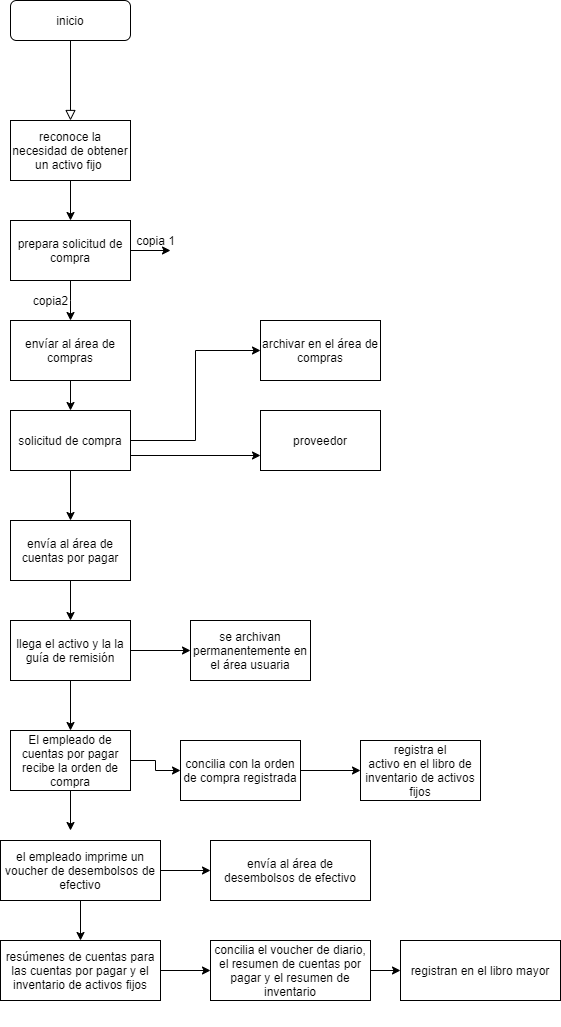
christobot/pag keeps this draw.io diagram as Untitled Diagram.png. Above is the earlier version. Source tidied: cells renumbered, new cells last; positions are measured from the earlier drawing's top-left corner, leaving out a move shared by most shapes. Source of this version:
```xml
<mxGraphModel>
  <root>
    <mxCell id="0" />
    <mxCell id="1" parent="0" />
    <mxCell id="2" style="rounded=0;html=1;jettySize=auto;fontSize=11;endArrow=block;endFill=0;endSize=8;strokeWidth=1;shadow=0;labelBackgroundColor=none;edgeStyle=orthogonalEdgeStyle;entryX=0.5;entryY=0;entryDx=0;entryDy=0;" parent="1" edge="1" source="3" target="5">
      <mxGeometry relative="1" as="geometry" />
    </mxCell>
    <mxCell id="3" value="inicio" style="rounded=1;whiteSpace=wrap;html=1;fontSize=12;glass=0;strokeWidth=1;shadow=0;" parent="1" vertex="1">
      <mxGeometry x="10" width="120" height="40" as="geometry" />
    </mxCell>
    <mxCell id="4" style="edgeStyle=orthogonalEdgeStyle;rounded=0;jettySize=auto;html=1;entryX=0.5;entryY=0;entryDx=0;entryDy=0;" parent="1" edge="1" source="5" target="8">
      <mxGeometry relative="1" as="geometry" />
    </mxCell>
    <mxCell id="5" value="reconoce la&lt;br/&gt;necesidad de obtener un activo fijo&amp;nbsp;" style="rounded=0;whiteSpace=wrap;html=1;" parent="1" vertex="1">
      <mxGeometry x="10" y="120" width="120" height="60" as="geometry" />
    </mxCell>
    <mxCell id="6" style="edgeStyle=orthogonalEdgeStyle;rounded=0;jettySize=auto;html=1;entryX=0.5;entryY=0;entryDx=0;entryDy=0;exitX=0.5;exitY=1;exitDx=0;exitDy=0;exitPerimeter=0;" parent="1" edge="1" source="8" target="10">
      <mxGeometry relative="1" as="geometry">
        <Array as="points">
          <mxPoint x="70" y="300" />
          <mxPoint x="70" y="300" />
        </Array>
      </mxGeometry>
    </mxCell>
    <mxCell id="7" style="edgeStyle=orthogonalEdgeStyle;rounded=0;jettySize=auto;html=1;" parent="1" edge="1" source="8">
      <mxGeometry relative="1" as="geometry">
        <mxPoint x="170" y="250" as="targetPoint" />
      </mxGeometry>
    </mxCell>
    <mxCell id="8" value="prepara&amp;nbsp;solicitud de compra" style="rounded=0;whiteSpace=wrap;html=1;" parent="1" vertex="1">
      <mxGeometry x="10" y="220" width="120" height="60" as="geometry" />
    </mxCell>
    <mxCell id="9" style="edgeStyle=orthogonalEdgeStyle;rounded=0;jettySize=auto;html=1;" parent="1" edge="1" source="10" target="16">
      <mxGeometry relative="1" as="geometry" />
    </mxCell>
    <mxCell id="10" value="envíar al área de compras" style="rounded=0;whiteSpace=wrap;html=1;" parent="1" vertex="1">
      <mxGeometry x="10" y="320" width="120" height="60" as="geometry" />
    </mxCell>
    <mxCell id="11" value="copia 1" style="text;html=1;align=center;verticalAlign=middle;" parent="1" vertex="1">
      <mxGeometry x="130" y="230" width="50" height="20" as="geometry" />
    </mxCell>
    <mxCell id="12" value="copia2" style="text;html=1;align=center;verticalAlign=middle;" parent="1" vertex="1">
      <mxGeometry x="25" y="290" width="50" height="20" as="geometry" />
    </mxCell>
    <mxCell id="13" style="edgeStyle=orthogonalEdgeStyle;rounded=0;jettySize=auto;html=1;entryX=0;entryY=0.5;entryDx=0;entryDy=0;" parent="1" edge="1" source="16" target="17">
      <mxGeometry relative="1" as="geometry" />
    </mxCell>
    <mxCell id="14" style="edgeStyle=orthogonalEdgeStyle;rounded=0;jettySize=auto;html=1;entryX=0;entryY=0.75;entryDx=0;entryDy=0;exitX=1;exitY=0.75;exitDx=0;exitDy=0;" parent="1" edge="1" source="16" target="20">
      <mxGeometry relative="1" as="geometry" />
    </mxCell>
    <mxCell id="15" style="edgeStyle=orthogonalEdgeStyle;rounded=0;jettySize=auto;html=1;entryX=0.5;entryY=0;entryDx=0;entryDy=0;" parent="1" edge="1" source="16" target="19">
      <mxGeometry relative="1" as="geometry" />
    </mxCell>
    <mxCell id="16" value="solicitud de compra" style="rounded=0;whiteSpace=wrap;html=1;" parent="1" vertex="1">
      <mxGeometry x="10" y="410" width="120" height="60" as="geometry" />
    </mxCell>
    <mxCell id="17" value="archivar en el área de compras" style="rounded=0;whiteSpace=wrap;html=1;" parent="1" vertex="1">
      <mxGeometry x="260" y="320" width="120" height="60" as="geometry" />
    </mxCell>
    <mxCell id="18" style="edgeStyle=orthogonalEdgeStyle;rounded=0;jettySize=auto;html=1;entryX=0.5;entryY=0;entryDx=0;entryDy=0;" parent="1" edge="1" source="19" target="23">
      <mxGeometry relative="1" as="geometry" />
    </mxCell>
    <mxCell id="19" value="envía al área de&lt;br/&gt;cuentas por pagar" style="rounded=0;whiteSpace=wrap;html=1;" parent="1" vertex="1">
      <mxGeometry x="10" y="520" width="120" height="60" as="geometry" />
    </mxCell>
    <mxCell id="20" value="proveedor" style="rounded=0;whiteSpace=wrap;html=1;" parent="1" vertex="1">
      <mxGeometry x="260" y="410" width="120" height="60" as="geometry" />
    </mxCell>
    <mxCell id="21" style="edgeStyle=orthogonalEdgeStyle;rounded=0;jettySize=auto;html=1;" parent="1" edge="1" source="23" target="24">
      <mxGeometry relative="1" as="geometry" />
    </mxCell>
    <mxCell id="22" style="edgeStyle=orthogonalEdgeStyle;rounded=0;jettySize=auto;html=1;" parent="1" edge="1" source="23">
      <mxGeometry relative="1" as="geometry">
        <mxPoint x="70" y="730" as="targetPoint" />
      </mxGeometry>
    </mxCell>
    <mxCell id="23" value="llega el activo y la&amp;nbsp;la guía de remisión" style="rounded=0;whiteSpace=wrap;html=1;" parent="1" vertex="1">
      <mxGeometry x="10" y="620" width="120" height="60" as="geometry" />
    </mxCell>
    <mxCell id="24" value="se archivan permanentemente en el área usuaria" style="rounded=0;whiteSpace=wrap;html=1;" parent="1" vertex="1">
      <mxGeometry x="190" y="620" width="120" height="60" as="geometry" />
    </mxCell>
    <mxCell id="25" style="edgeStyle=orthogonalEdgeStyle;rounded=0;jettySize=auto;html=1;entryX=0;entryY=0.5;entryDx=0;entryDy=0;" parent="1" edge="1" source="27" target="29">
      <mxGeometry relative="1" as="geometry" />
    </mxCell>
    <mxCell id="26" style="edgeStyle=orthogonalEdgeStyle;rounded=0;jettySize=auto;html=1;" parent="1" edge="1" source="27">
      <mxGeometry relative="1" as="geometry">
        <mxPoint x="70" y="830" as="targetPoint" />
      </mxGeometry>
    </mxCell>
    <mxCell id="27" value="&#10;&#10;El empleado de cuentas por pagar recibe la orden de compra&#10;&#10;" style="rounded=0;whiteSpace=wrap;html=1;" parent="1" vertex="1">
      <mxGeometry x="10" y="730" width="120" height="60" as="geometry" />
    </mxCell>
    <mxCell id="28" style="edgeStyle=orthogonalEdgeStyle;rounded=0;jettySize=auto;html=1;" parent="1" edge="1" source="29">
      <mxGeometry relative="1" as="geometry">
        <mxPoint x="360" y="770" as="targetPoint" />
      </mxGeometry>
    </mxCell>
    <mxCell id="29" value="concilia con la orden de compra registrada" style="rounded=0;whiteSpace=wrap;html=1;" parent="1" vertex="1">
      <mxGeometry x="180" y="740" width="120" height="60" as="geometry" />
    </mxCell>
    <mxCell id="30" value="registra el&lt;br/&gt;activo en el libro de inventario de activos fijos" style="rounded=0;whiteSpace=wrap;html=1;" parent="1" vertex="1">
      <mxGeometry x="360" y="740" width="120" height="60" as="geometry" />
    </mxCell>
    <mxCell id="31" style="edgeStyle=orthogonalEdgeStyle;rounded=0;jettySize=auto;html=1;entryX=0;entryY=0.5;entryDx=0;entryDy=0;" parent="1" edge="1" source="33" target="34">
      <mxGeometry relative="1" as="geometry" />
    </mxCell>
    <mxCell id="32" style="edgeStyle=orthogonalEdgeStyle;rounded=0;jettySize=auto;html=1;entryX=0.5;entryY=0;entryDx=0;entryDy=0;" parent="1" edge="1" source="33" target="36">
      <mxGeometry relative="1" as="geometry" />
    </mxCell>
    <mxCell id="33" value="&#10;&#10;el empleado imprime un&#10;voucher de desembolsos de efectivo&#10;&#10;" style="rounded=0;whiteSpace=wrap;html=1;" parent="1" vertex="1">
      <mxGeometry y="840" width="160" height="60" as="geometry" />
    </mxCell>
    <mxCell id="34" value="&#10;&#10;envía al área de desembolsos de efectivo&#10;&#10;" style="rounded=0;whiteSpace=wrap;html=1;" parent="1" vertex="1">
      <mxGeometry x="210" y="840" width="160" height="60" as="geometry" />
    </mxCell>
    <mxCell id="35" style="edgeStyle=orthogonalEdgeStyle;rounded=0;jettySize=auto;html=1;" parent="1" edge="1" source="36" target="38">
      <mxGeometry relative="1" as="geometry" />
    </mxCell>
    <mxCell id="36" value="&#10;&#10;resúmenes de cuentas para las cuentas por pagar y el&#10;inventario de activos fijos&#10;&#10;" style="rounded=0;whiteSpace=wrap;html=1;" parent="1" vertex="1">
      <mxGeometry y="940" width="160" height="60" as="geometry" />
    </mxCell>
    <mxCell id="37" style="edgeStyle=orthogonalEdgeStyle;rounded=0;jettySize=auto;html=1;entryX=0;entryY=0.5;entryDx=0;entryDy=0;" parent="1" edge="1" source="38" target="39">
      <mxGeometry relative="1" as="geometry" />
    </mxCell>
    <mxCell id="38" value="&#10;&#10;concilia el voucher de diario, el resumen de cuentas por pagar y el resumen de inventario &#10;&#10;" style="rounded=0;whiteSpace=wrap;html=1;" parent="1" vertex="1">
      <mxGeometry x="210" y="940" width="160" height="60" as="geometry" />
    </mxCell>
    <mxCell id="39" value="&#10;&#10;registran en el libro mayor&#10;&#10;" style="rounded=0;whiteSpace=wrap;html=1;" parent="1" vertex="1">
      <mxGeometry x="400" y="940" width="160" height="60" as="geometry" />
    </mxCell>
  </root>
</mxGraphModel>
```
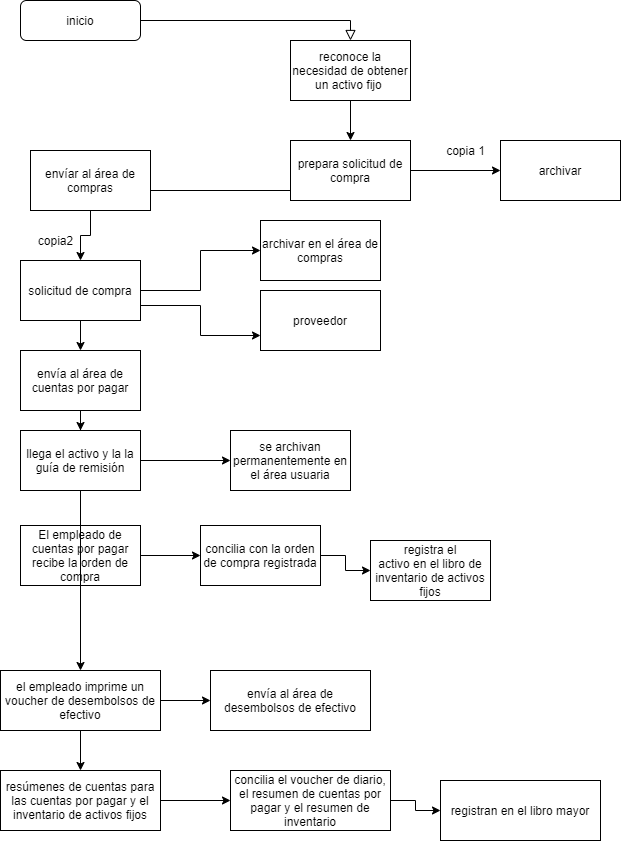
Above is the later version.

Diff of the diagram source:
```diff
@@ -12,35 +12,35 @@
       <mxGeometry relative="1" as="geometry" />
     </mxCell>
     <mxCell id="5" value="reconoce la&lt;br/&gt;necesidad de obtener un activo fijo&amp;nbsp;" style="rounded=0;whiteSpace=wrap;html=1;" parent="1" vertex="1">
-      <mxGeometry x="10" y="120" width="120" height="60" as="geometry" />
+      <mxGeometry x="280" y="40" width="120" height="60" as="geometry" />
     </mxCell>
     <mxCell id="6" style="edgeStyle=orthogonalEdgeStyle;rounded=0;jettySize=auto;html=1;entryX=0.5;entryY=0;entryDx=0;entryDy=0;exitX=0.5;exitY=1;exitDx=0;exitDy=0;exitPerimeter=0;" parent="1" edge="1" source="8" target="10">
       <mxGeometry relative="1" as="geometry">
         <Array as="points">
-          <mxPoint x="70" y="300" />
-          <mxPoint x="70" y="300" />
+          <mxPoint x="340" y="190" />
+          <mxPoint x="80" y="190" />
         </Array>
       </mxGeometry>
     </mxCell>
     <mxCell id="7" style="edgeStyle=orthogonalEdgeStyle;rounded=0;jettySize=auto;html=1;" parent="1" edge="1" source="8">
       <mxGeometry relative="1" as="geometry">
-        <mxPoint x="170" y="250" as="targetPoint" />
+        <mxPoint x="490" y="170" as="targetPoint" />
       </mxGeometry>
     </mxCell>
     <mxCell id="8" value="prepara&amp;nbsp;solicitud de compra" style="rounded=0;whiteSpace=wrap;html=1;" parent="1" vertex="1">
-      <mxGeometry x="10" y="220" width="120" height="60" as="geometry" />
+      <mxGeometry x="280" y="140" width="120" height="60" as="geometry" />
     </mxCell>
     <mxCell id="9" style="edgeStyle=orthogonalEdgeStyle;rounded=0;jettySize=auto;html=1;" parent="1" edge="1" source="10" target="16">
       <mxGeometry relative="1" as="geometry" />
     </mxCell>
     <mxCell id="10" value="envíar al área de compras" style="rounded=0;whiteSpace=wrap;html=1;" parent="1" vertex="1">
-      <mxGeometry x="10" y="320" width="120" height="60" as="geometry" />
+      <mxGeometry x="20" y="150" width="120" height="60" as="geometry" />
     </mxCell>
     <mxCell id="11" value="copia 1" style="text;html=1;align=center;verticalAlign=middle;" parent="1" vertex="1">
-      <mxGeometry x="130" y="230" width="50" height="20" as="geometry" />
+      <mxGeometry x="430" y="140" width="50" height="20" as="geometry" />
     </mxCell>
     <mxCell id="12" value="copia2" style="text;html=1;align=center;verticalAlign=middle;" parent="1" vertex="1">
-      <mxGeometry x="25" y="290" width="50" height="20" as="geometry" />
+      <mxGeometry x="20" y="230" width="50" height="20" as="geometry" />
     </mxCell>
     <mxCell id="13" style="edgeStyle=orthogonalEdgeStyle;rounded=0;jettySize=auto;html=1;entryX=0;entryY=0.5;entryDx=0;entryDy=0;" parent="1" edge="1" source="16" target="17">
       <mxGeometry relative="1" as="geometry" />
@@ -52,55 +52,48 @@
       <mxGeometry relative="1" as="geometry" />
     </mxCell>
     <mxCell id="16" value="solicitud de compra" style="rounded=0;whiteSpace=wrap;html=1;" parent="1" vertex="1">
-      <mxGeometry x="10" y="410" width="120" height="60" as="geometry" />
+      <mxGeometry x="10" y="260" width="120" height="60" as="geometry" />
     </mxCell>
     <mxCell id="17" value="archivar en el área de compras" style="rounded=0;whiteSpace=wrap;html=1;" parent="1" vertex="1">
-      <mxGeometry x="260" y="320" width="120" height="60" as="geometry" />
+      <mxGeometry x="250" y="220" width="120" height="60" as="geometry" />
     </mxCell>
     <mxCell id="18" style="edgeStyle=orthogonalEdgeStyle;rounded=0;jettySize=auto;html=1;entryX=0.5;entryY=0;entryDx=0;entryDy=0;" parent="1" edge="1" source="19" target="23">
       <mxGeometry relative="1" as="geometry" />
     </mxCell>
     <mxCell id="19" value="envía al área de&lt;br/&gt;cuentas por pagar" style="rounded=0;whiteSpace=wrap;html=1;" parent="1" vertex="1">
-      <mxGeometry x="10" y="520" width="120" height="60" as="geometry" />
+      <mxGeometry x="10" y="350" width="120" height="60" as="geometry" />
     </mxCell>
     <mxCell id="20" value="proveedor" style="rounded=0;whiteSpace=wrap;html=1;" parent="1" vertex="1">
-      <mxGeometry x="260" y="410" width="120" height="60" as="geometry" />
+      <mxGeometry x="250" y="290" width="120" height="60" as="geometry" />
     </mxCell>
     <mxCell id="21" style="edgeStyle=orthogonalEdgeStyle;rounded=0;jettySize=auto;html=1;" parent="1" edge="1" source="23" target="24">
       <mxGeometry relative="1" as="geometry" />
     </mxCell>
-    <mxCell id="22" style="edgeStyle=orthogonalEdgeStyle;rounded=0;jettySize=auto;html=1;" parent="1" edge="1" source="23">
+    <mxCell id="22" style="edgeStyle=orthogonalEdgeStyle;rounded=0;jettySize=auto;html=1;" parent="1" edge="1" source="33">
       <mxGeometry relative="1" as="geometry">
         <mxPoint x="70" y="730" as="targetPoint" />
       </mxGeometry>
     </mxCell>
     <mxCell id="23" value="llega el activo y la&amp;nbsp;la guía de remisión" style="rounded=0;whiteSpace=wrap;html=1;" parent="1" vertex="1">
-      <mxGeometry x="10" y="620" width="120" height="60" as="geometry" />
+      <mxGeometry x="10" y="430" width="120" height="60" as="geometry" />
     </mxCell>
     <mxCell id="24" value="se archivan permanentemente en el área usuaria" style="rounded=0;whiteSpace=wrap;html=1;" parent="1" vertex="1">
-      <mxGeometry x="190" y="620" width="120" height="60" as="geometry" />
+      <mxGeometry x="220" y="430" width="120" height="60" as="geometry" />
     </mxCell>
     <mxCell id="25" style="edgeStyle=orthogonalEdgeStyle;rounded=0;jettySize=auto;html=1;entryX=0;entryY=0.5;entryDx=0;entryDy=0;" parent="1" edge="1" source="27" target="29">
       <mxGeometry relative="1" as="geometry" />
     </mxCell>
-    <mxCell id="26" style="edgeStyle=orthogonalEdgeStyle;rounded=0;jettySize=auto;html=1;" parent="1" edge="1" source="27">
-      <mxGeometry relative="1" as="geometry">
-        <mxPoint x="70" y="830" as="targetPoint" />
-      </mxGeometry>
-    </mxCell>
     <mxCell id="27" value="&#10;&#10;El empleado de cuentas por pagar recibe la orden de compra&#10;&#10;" style="rounded=0;whiteSpace=wrap;html=1;" parent="1" vertex="1">
-      <mxGeometry x="10" y="730" width="120" height="60" as="geometry" />
+      <mxGeometry x="10" y="525" width="120" height="60" as="geometry" />
     </mxCell>
-    <mxCell id="28" style="edgeStyle=orthogonalEdgeStyle;rounded=0;jettySize=auto;html=1;" parent="1" edge="1" source="29">
-      <mxGeometry relative="1" as="geometry">
-        <mxPoint x="360" y="770" as="targetPoint" />
-      </mxGeometry>
+    <mxCell id="28" style="edgeStyle=orthogonalEdgeStyle;rounded=0;jettySize=auto;html=1;" parent="1" edge="1" source="29" target="30">
+      <mxGeometry relative="1" as="geometry" />
     </mxCell>
     <mxCell id="29" value="concilia con la orden de compra registrada" style="rounded=0;whiteSpace=wrap;html=1;" parent="1" vertex="1">
-      <mxGeometry x="180" y="740" width="120" height="60" as="geometry" />
+      <mxGeometry x="190" y="525" width="120" height="60" as="geometry" />
     </mxCell>
     <mxCell id="30" value="registra el&lt;br/&gt;activo en el libro de inventario de activos fijos" style="rounded=0;whiteSpace=wrap;html=1;" parent="1" vertex="1">
-      <mxGeometry x="360" y="740" width="120" height="60" as="geometry" />
+      <mxGeometry x="360" y="540" width="120" height="60" as="geometry" />
     </mxCell>
     <mxCell id="31" style="edgeStyle=orthogonalEdgeStyle;rounded=0;jettySize=auto;html=1;entryX=0;entryY=0.5;entryDx=0;entryDy=0;" parent="1" edge="1" source="33" target="34">
       <mxGeometry relative="1" as="geometry" />
@@ -108,26 +101,32 @@
     <mxCell id="32" style="edgeStyle=orthogonalEdgeStyle;rounded=0;jettySize=auto;html=1;entryX=0.5;entryY=0;entryDx=0;entryDy=0;" parent="1" edge="1" source="33" target="36">
       <mxGeometry relative="1" as="geometry" />
     </mxCell>
-    <mxCell id="33" value="&#10;&#10;el empleado imprime un&#10;voucher de desembolsos de efectivo&#10;&#10;" style="rounded=0;whiteSpace=wrap;html=1;" parent="1" vertex="1">
-      <mxGeometry y="840" width="160" height="60" as="geometry" />
-    </mxCell>
     <mxCell id="34" value="&#10;&#10;envía al área de desembolsos de efectivo&#10;&#10;" style="rounded=0;whiteSpace=wrap;html=1;" parent="1" vertex="1">
-      <mxGeometry x="210" y="840" width="160" height="60" as="geometry" />
+      <mxGeometry x="200" y="670" width="160" height="60" as="geometry" />
     </mxCell>
     <mxCell id="35" style="edgeStyle=orthogonalEdgeStyle;rounded=0;jettySize=auto;html=1;" parent="1" edge="1" source="36" target="38">
       <mxGeometry relative="1" as="geometry" />
     </mxCell>
     <mxCell id="36" value="&#10;&#10;resúmenes de cuentas para las cuentas por pagar y el&#10;inventario de activos fijos&#10;&#10;" style="rounded=0;whiteSpace=wrap;html=1;" parent="1" vertex="1">
-      <mxGeometry y="940" width="160" height="60" as="geometry" />
+      <mxGeometry x="-10" y="770" width="160" height="60" as="geometry" />
     </mxCell>
     <mxCell id="37" style="edgeStyle=orthogonalEdgeStyle;rounded=0;jettySize=auto;html=1;entryX=0;entryY=0.5;entryDx=0;entryDy=0;" parent="1" edge="1" source="38" target="39">
       <mxGeometry relative="1" as="geometry" />
     </mxCell>
     <mxCell id="38" value="&#10;&#10;concilia el voucher de diario, el resumen de cuentas por pagar y el resumen de inventario &#10;&#10;" style="rounded=0;whiteSpace=wrap;html=1;" parent="1" vertex="1">
-      <mxGeometry x="210" y="940" width="160" height="60" as="geometry" />
+      <mxGeometry x="220" y="770" width="160" height="60" as="geometry" />
     </mxCell>
     <mxCell id="39" value="&#10;&#10;registran en el libro mayor&#10;&#10;" style="rounded=0;whiteSpace=wrap;html=1;" parent="1" vertex="1">
-      <mxGeometry x="400" y="940" width="160" height="60" as="geometry" />
+      <mxGeometry x="430" y="780" width="160" height="60" as="geometry" />
     </mxCell>
+    <mxCell id="40" value="archivar" style="rounded=0;whiteSpace=wrap;html=1;" parent="1" vertex="1">
+      <mxGeometry x="490" y="140" width="120" height="60" as="geometry" />
+    </mxCell>
+    <mxCell id="33" value="&#10;&#10;el empleado imprime un&#10;voucher de desembolsos de efectivo&#10;&#10;" style="rounded=0;whiteSpace=wrap;html=1;" parent="1" vertex="1">
+      <mxGeometry x="-10" y="670" width="160" height="60" as="geometry" />
+    </mxCell>
+    <mxCell id="41" style="edgeStyle=orthogonalEdgeStyle;rounded=0;jettySize=auto;html=1;" parent="1" edge="1" source="23" target="33">
+      <mxGeometry relative="1" as="geometry" />
+    </mxCell>
   </root>
 </mxGraphModel>
```
